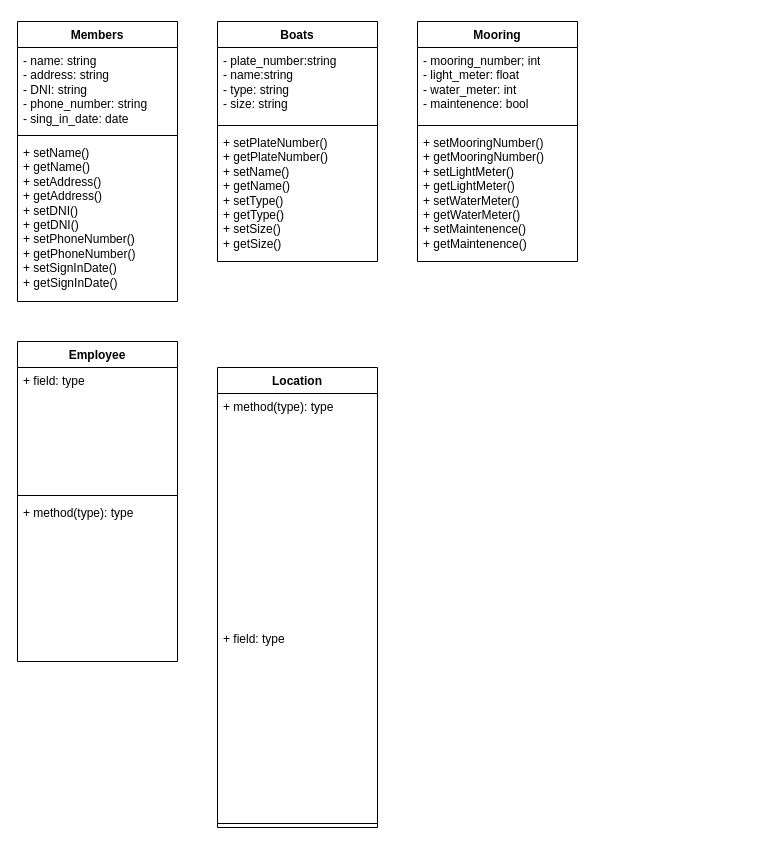
Before: ut4/Pruebas draw.io/ClubNautico.drawio in Alex-Doga/etsdam_alejandro, a draw.io diagram. Source tidied: cells renumbered, new cells numbered last; positions are measured from the earlier drawing's top-left corner, leaving out a move shared by most shapes. Both pictures are drawn from the tidied source at 100%, with x=0, y=0 at pixel (17, 21).
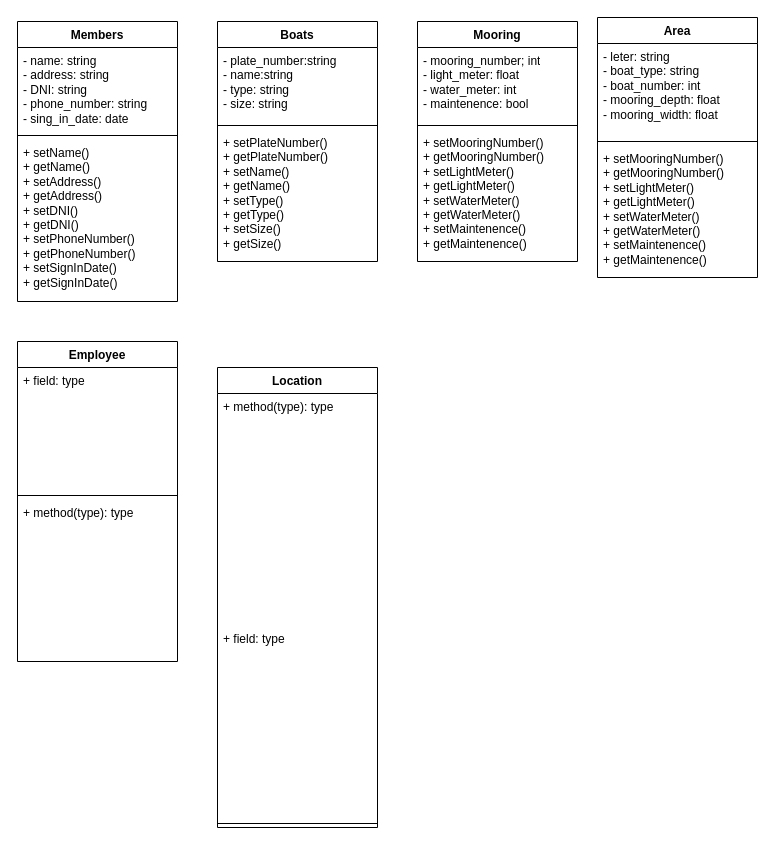
The same page after the edit.

Commit message:
Añadidos a ClubNautico ut4

Change to the diagram source:
```diff
@@
+    <mxCell id="22" value="Area" style="swimlane;fontStyle=1;align=center;verticalAlign=top;horizontal=1;startSize=26;whiteSpace=wrap;html=1;" parent="1" vertex="1">
+      <mxGeometry x="580" y="-4" width="160" height="260" as="geometry" />
+    </mxCell>
+    <mxCell id="23" value="- leter: string&lt;div&gt;- boat_type: string&lt;/div&gt;&lt;div&gt;- boat_number: int&lt;/div&gt;&lt;div&gt;- mooring_depth: float&lt;/div&gt;&lt;div&gt;- mooring_width: float&lt;/div&gt;" style="text;strokeColor=none;fillColor=none;align=left;verticalAlign=top;spacingLeft=4;spacingRight=4;overflow=hidden;whiteSpace=wrap;html=1;" parent="22" vertex="1">
+      <mxGeometry y="26" width="160" height="94" as="geometry" />
+    </mxCell>
+    <mxCell id="24" style="line;strokeWidth=1;fillColor=none;align=left;verticalAlign=middle;spacingTop=-1;spacingLeft=3;spacingRight=3;labelPosition=right;strokeColor=inherit;" parent="22" vertex="1">
+      <mxGeometry y="120" width="160" height="8" as="geometry" />
+    </mxCell>
+    <mxCell id="25" value="+ setMooringNumber()&lt;div&gt;+ getMooringNumber()&lt;/div&gt;&lt;div&gt;+ setLightMeter()&lt;/div&gt;&lt;div&gt;+ getLightMeter()&lt;/div&gt;&lt;div&gt;+ setWaterMeter()&lt;/div&gt;&lt;div&gt;+ getWaterMeter()&lt;/div&gt;&lt;div&gt;+ setMaintenence()&lt;/div&gt;&lt;div&gt;+ getMaintenence()&lt;/div&gt;" style="text;strokeColor=none;fillColor=none;align=left;verticalAlign=top;spacingLeft=4;spacingRight=4;overflow=hidden;whiteSpace=wrap;html=1;" parent="22" vertex="1">
+      <mxGeometry y="128" width="160" height="132" as="geometry" />
+    </mxCell>
```
